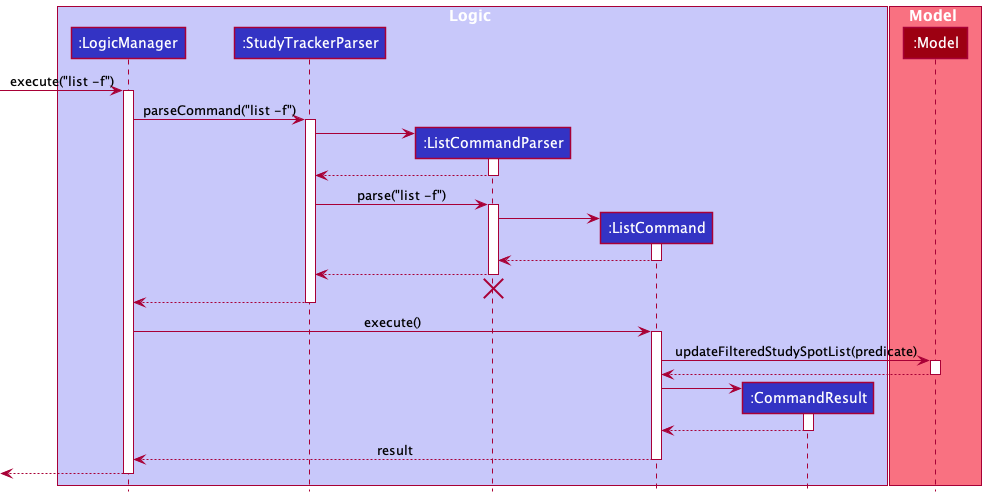
ruoyann/tp keeps this PlantUML diagram as docs/images/ListSequenceDiagram.png. Above is the earlier version. The source it was exported from:
```plantuml
@startuml
!include style.puml

box Logic LOGIC_COLOR_T1
participant ":LogicManager" as LogicManager LOGIC_COLOR
participant ":StudyTrackerParser" as StudyTrackerParser LOGIC_COLOR
participant ":ListCommandParser" as ListCommandParser LOGIC_COLOR
participant ":ListCommand" as ListCommand LOGIC_COLOR
participant ":CommandResult" as CommandResult LOGIC_COLOR
end box

box Model MODEL_COLOR_T1
participant ":Model" as Model MODEL_COLOR
end box

[-> LogicManager : execute("list -f")
activate LogicManager

LogicManager -> StudyTrackerParser : parseCommand("list -f")
activate StudyTrackerParser

create ListCommandParser
StudyTrackerParser -> ListCommandParser
activate ListCommandParser

ListCommandParser --> StudyTrackerParser
deactivate ListCommandParser

StudyTrackerParser -> ListCommandParser : parse("list -f")
activate ListCommandParser

create ListCommand
ListCommandParser -> ListCommand
activate ListCommand

ListCommand --> ListCommandParser
deactivate ListCommand

ListCommandParser --> StudyTrackerParser
deactivate ListCommandParser
ListCommandParser -[hidden]-> StudyTrackerParser
destroy ListCommandParser

StudyTrackerParser --> LogicManager
deactivate StudyTrackerParser

LogicManager -> ListCommand : execute()
activate ListCommand

ListCommand -> Model : updateFilteredStudySpotList(predicate)
activate Model

Model --> ListCommand
deactivate Model

create CommandResult
ListCommand -> CommandResult
activate CommandResult

CommandResult --> ListCommand
deactivate CommandResult

ListCommand --> LogicManager : result
deactivate ListCommand

[<--LogicManager
deactivate LogicManager
@enduml
```
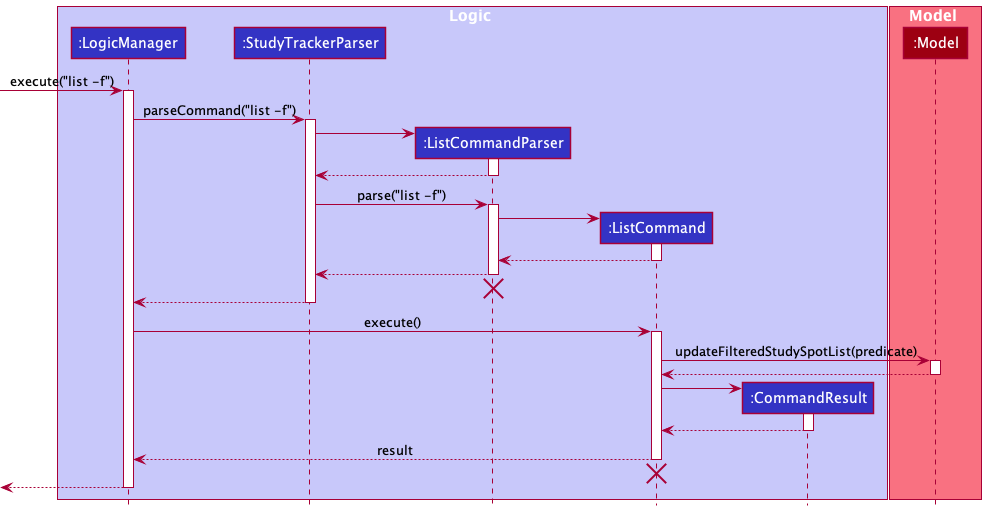
After the change.

Diff of the diagram source:
```diff
@@ -62,6 +62,8 @@
 
 ListCommand --> LogicManager : result
 deactivate ListCommand
+ListCommand -[hidden]-> StudyTrackerParser
+destroy ListCommand
 
 [<--LogicManager
 deactivate LogicManager
```
